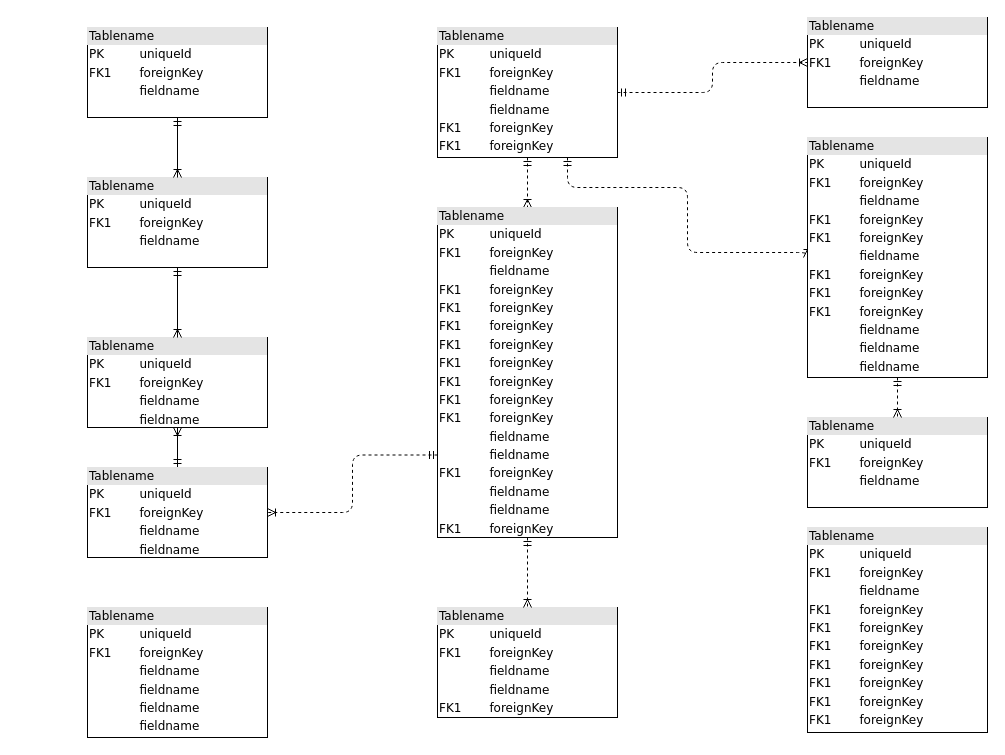
Above: page "Page-1" (1 of 4) of conceptual_model_2.drawio in mewancegeka/OTT (draw.io), before the change. Source tidied: cells renumbered, new cells numbered last; positions are measured from the earlier drawing's top-left corner, leaving out a move shared by most shapes. Both pictures are drawn from the tidied source at 100%, with x=0, y=0 at pixel (87, 17).
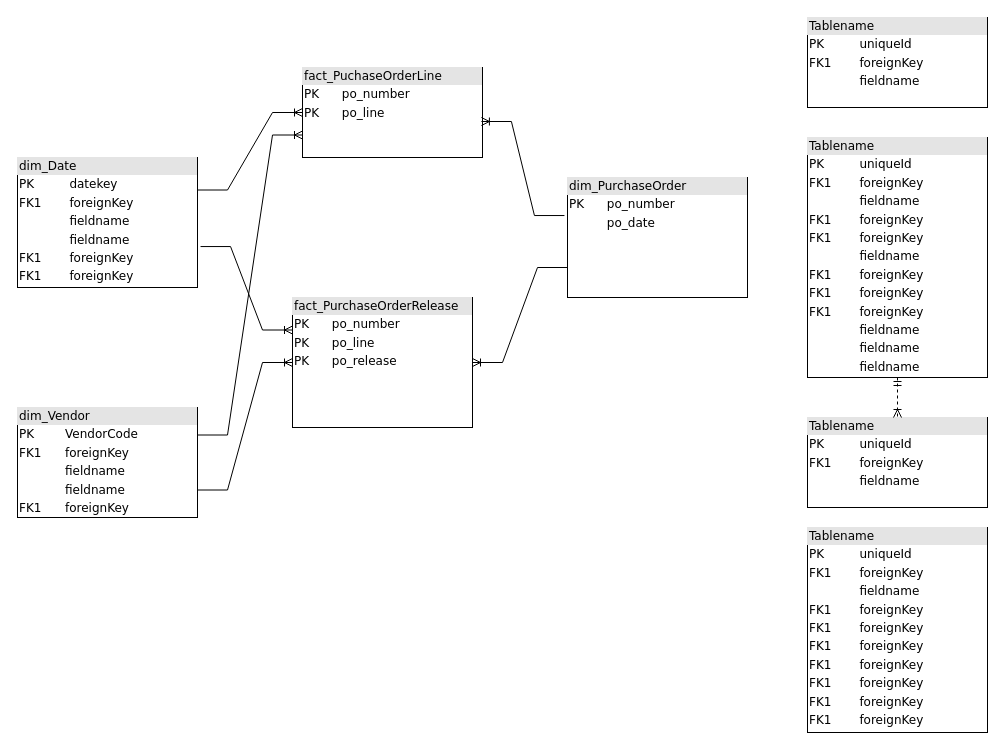
After the change.

Unchanged cells that the change refers to:
```xml
<mxCell id="19" value="&lt;div style=&quot;box-sizing: border-box ; width: 100% ; background: #e4e4e4 ; padding: 2px&quot;&gt;Tablename&lt;/div&gt;&lt;table style=&quot;width: 100% ; font-size: 1em&quot; cellpadding=&quot;2&quot; cellspacing=&quot;0&quot;&gt;&lt;tbody&gt;&lt;tr&gt;&lt;td&gt;PK&lt;/td&gt;&lt;td&gt;uniqueId&lt;/td&gt;&lt;/tr&gt;&lt;tr&gt;&lt;td&gt;FK1&lt;/td&gt;&lt;td&gt;foreignKey&lt;/td&gt;&lt;/tr&gt;&lt;tr&gt;&lt;td&gt;&lt;/td&gt;&lt;td&gt;fieldname&lt;/td&gt;&lt;/tr&gt;&lt;tr&gt;&lt;td&gt;FK1&lt;br&gt;&lt;/td&gt;&lt;td&gt;foreignKey&lt;br&gt;&lt;/td&gt;&lt;/tr&gt;&lt;tr&gt;&lt;td&gt;FK1&lt;br&gt;&lt;/td&gt;&lt;td&gt;foreignKey&lt;br&gt;&lt;/td&gt;&lt;/tr&gt;&lt;tr&gt;&lt;td&gt;&lt;br&gt;&lt;/td&gt;&lt;td&gt;fieldname&lt;br&gt;&lt;/td&gt;&lt;/tr&gt;&lt;tr&gt;&lt;td&gt;FK1&lt;br&gt;&lt;/td&gt;&lt;td&gt;foreignKey&lt;br&gt;&lt;/td&gt;&lt;/tr&gt;&lt;tr&gt;&lt;td&gt;FK1&lt;br&gt;&lt;/td&gt;&lt;td&gt;foreignKey&lt;br&gt;&lt;/td&gt;&lt;/tr&gt;&lt;tr&gt;&lt;td&gt;FK1&lt;br&gt;&lt;/td&gt;&lt;td&gt;foreignKey&lt;br&gt;&lt;/td&gt;&lt;/tr&gt;&lt;tr&gt;&lt;td&gt;&lt;br&gt;&lt;/td&gt;&lt;td&gt;fieldname&lt;br&gt;&lt;/td&gt;&lt;/tr&gt;&lt;tr&gt;&lt;td&gt;&lt;br&gt;&lt;/td&gt;&lt;td&gt;fieldname&lt;br&gt;&lt;/td&gt;&lt;/tr&gt;&lt;tr&gt;&lt;td&gt;&lt;br&gt;&lt;/td&gt;&lt;td&gt;fieldname&lt;br&gt;&lt;/td&gt;&lt;/tr&gt;&lt;/tbody&gt;&lt;/table&gt;" style="verticalAlign=top;align=left;overflow=fill;html=1;rounded=0;shadow=0;comic=0;labelBackgroundColor=none;strokeWidth=1;fontFamily=Verdana;fontSize=12;" parent="1" vertex="1">
  <mxGeometry x="720" y="120" width="180" height="240" as="geometry" />
</mxCell>
<mxCell id="20" value="&lt;div style=&quot;box-sizing:border-box;width:100%;background:#e4e4e4;padding:2px;&quot;&gt;Tablename&lt;/div&gt;&lt;table style=&quot;width:100%;font-size:1em;&quot; cellpadding=&quot;2&quot; cellspacing=&quot;0&quot;&gt;&lt;tr&gt;&lt;td&gt;PK&lt;/td&gt;&lt;td&gt;uniqueId&lt;/td&gt;&lt;/tr&gt;&lt;tr&gt;&lt;td&gt;FK1&lt;/td&gt;&lt;td&gt;foreignKey&lt;/td&gt;&lt;/tr&gt;&lt;tr&gt;&lt;td&gt;&lt;/td&gt;&lt;td&gt;fieldname&lt;/td&gt;&lt;/tr&gt;&lt;/table&gt;" style="verticalAlign=top;align=left;overflow=fill;html=1;rounded=0;shadow=0;comic=0;labelBackgroundColor=none;strokeWidth=1;fontFamily=Verdana;fontSize=12;" parent="1" vertex="1">
  <mxGeometry x="720" width="180" height="90" as="geometry" />
</mxCell>
```

Diff of the diagram source:
```diff
@@
-    <mxCell id="2" value="&lt;div style=&quot;box-sizing:border-box;width:100%;background:#e4e4e4;padding:2px;&quot;&gt;Tablename&lt;/div&gt;&lt;table style=&quot;width:100%;font-size:1em;&quot; cellpadding=&quot;2&quot; cellspacing=&quot;0&quot;&gt;&lt;tr&gt;&lt;td&gt;PK&lt;/td&gt;&lt;td&gt;uniqueId&lt;/td&gt;&lt;/tr&gt;&lt;tr&gt;&lt;td&gt;FK1&lt;/td&gt;&lt;td&gt;foreignKey&lt;/td&gt;&lt;/tr&gt;&lt;tr&gt;&lt;td&gt;&lt;/td&gt;&lt;td&gt;fieldname&lt;/td&gt;&lt;/tr&gt;&lt;/table&gt;" style="verticalAlign=top;align=left;overflow=fill;html=1;rounded=0;shadow=0;comic=0;labelBackgroundColor=none;strokeWidth=1;fontFamily=Verdana;fontSize=12;" parent="1" vertex="1">
-      <mxGeometry y="10" width="180" height="90" as="geometry" />
-    </mxCell>
-    <mxCell id="3" style="edgeStyle=orthogonalEdgeStyle;html=1;entryX=0.5;entryY=0;dashed=1;labelBackgroundColor=none;startArrow=ERmandOne;endArrow=ERoneToMany;fontFamily=Verdana;fontSize=12;align=left;" parent="1" edge="1" source="6" target="16">
-      <mxGeometry relative="1" as="geometry" />
-    </mxCell>
-    <mxCell id="4" style="edgeStyle=orthogonalEdgeStyle;html=1;dashed=1;labelBackgroundColor=none;startArrow=ERmandOne;endArrow=ERoneToMany;fontFamily=Verdana;fontSize=12;align=left;entryX=0;entryY=0.5;" parent="1" edge="1" source="6" target="19">
-      <mxGeometry relative="1" as="geometry">
-        <Array as="points">
-          <mxPoint x="480" y="170" />
-          <mxPoint x="600" y="170" />
-          <mxPoint x="600" y="235" />
-        </Array>
-      </mxGeometry>
-    </mxCell>
-    <mxCell id="5" style="edgeStyle=orthogonalEdgeStyle;html=1;dashed=1;labelBackgroundColor=none;startArrow=ERmandOne;endArrow=ERoneToMany;fontFamily=Verdana;fontSize=12;align=left;" parent="1" edge="1" source="6" target="20">
-      <mxGeometry relative="1" as="geometry" />
-    </mxCell>
-    <mxCell id="6" value="&lt;div style=&quot;box-sizing: border-box ; width: 100% ; background: #e4e4e4 ; padding: 2px&quot;&gt;Tablename&lt;/div&gt;&lt;table style=&quot;width: 100% ; font-size: 1em&quot; cellpadding=&quot;2&quot; cellspacing=&quot;0&quot;&gt;&lt;tbody&gt;&lt;tr&gt;&lt;td&gt;PK&lt;/td&gt;&lt;td&gt;uniqueId&lt;/td&gt;&lt;/tr&gt;&lt;tr&gt;&lt;td&gt;FK1&lt;/td&gt;&lt;td&gt;foreignKey&lt;/td&gt;&lt;/tr&gt;&lt;tr&gt;&lt;td&gt;&lt;/td&gt;&lt;td&gt;fieldname&lt;/td&gt;&lt;/tr&gt;&lt;tr&gt;&lt;td&gt;&lt;br&gt;&lt;/td&gt;&lt;td&gt;fieldname&lt;br&gt;&lt;/td&gt;&lt;/tr&gt;&lt;tr&gt;&lt;td&gt;FK1&lt;br&gt;&lt;/td&gt;&lt;td&gt;foreignKey&lt;br&gt;&lt;/td&gt;&lt;/tr&gt;&lt;tr&gt;&lt;td&gt;FK1&lt;br&gt;&lt;/td&gt;&lt;td&gt;foreignKey&lt;br&gt;&lt;/td&gt;&lt;/tr&gt;&lt;/tbody&gt;&lt;/table&gt;" style="verticalAlign=top;align=left;overflow=fill;html=1;rounded=0;shadow=0;comic=0;labelBackgroundColor=none;strokeWidth=1;fontFamily=Verdana;fontSize=12;" parent="1" vertex="1">
-      <mxGeometry x="350" y="10" width="180" height="130" as="geometry" />
+    <mxCell id="6" value="&lt;div style=&quot;box-sizing: border-box ; width: 100% ; background: #e4e4e4 ; padding: 2px&quot;&gt;dim_Date&lt;/div&gt;&lt;table style=&quot;width: 100% ; font-size: 1em&quot; cellpadding=&quot;2&quot; cellspacing=&quot;0&quot;&gt;&lt;tbody&gt;&lt;tr&gt;&lt;td&gt;PK&lt;/td&gt;&lt;td&gt;datekey&lt;/td&gt;&lt;/tr&gt;&lt;tr&gt;&lt;td&gt;FK1&lt;/td&gt;&lt;td&gt;foreignKey&lt;/td&gt;&lt;/tr&gt;&lt;tr&gt;&lt;td&gt;&lt;/td&gt;&lt;td&gt;fieldname&lt;/td&gt;&lt;/tr&gt;&lt;tr&gt;&lt;td&gt;&lt;br&gt;&lt;/td&gt;&lt;td&gt;fieldname&lt;br&gt;&lt;/td&gt;&lt;/tr&gt;&lt;tr&gt;&lt;td&gt;FK1&lt;br&gt;&lt;/td&gt;&lt;td&gt;foreignKey&lt;br&gt;&lt;/td&gt;&lt;/tr&gt;&lt;tr&gt;&lt;td&gt;FK1&lt;br&gt;&lt;/td&gt;&lt;td&gt;foreignKey&lt;br&gt;&lt;/td&gt;&lt;/tr&gt;&lt;/tbody&gt;&lt;/table&gt;" style="verticalAlign=top;align=left;overflow=fill;html=1;rounded=0;shadow=0;comic=0;labelBackgroundColor=none;strokeWidth=1;fontFamily=Verdana;fontSize=12;" parent="1" vertex="1">
+      <mxGeometry x="-70" y="140" width="180" height="130" as="geometry" />
     </mxCell>
-    <mxCell id="7" style="edgeStyle=orthogonalEdgeStyle;html=1;labelBackgroundColor=none;startArrow=ERmandOne;endArrow=ERoneToMany;fontFamily=Verdana;fontSize=12;align=left;" parent="1" edge="1" source="9" target="10">
-      <mxGeometry relative="1" as="geometry" />
-    </mxCell>
-    <mxCell id="8" style="edgeStyle=orthogonalEdgeStyle;html=1;exitX=0;exitY=0.75;entryX=1;entryY=0.5;dashed=1;labelBackgroundColor=none;startArrow=ERmandOne;endArrow=ERoneToMany;fontFamily=Verdana;fontSize=12;align=left;" parent="1" edge="1" source="16" target="9">
-      <mxGeometry relative="1" as="geometry" />
-    </mxCell>
-    <mxCell id="9" value="&lt;div style=&quot;box-sizing: border-box ; width: 100% ; background: #e4e4e4 ; padding: 2px&quot;&gt;Tablename&lt;/div&gt;&lt;table style=&quot;width: 100% ; font-size: 1em&quot; cellpadding=&quot;2&quot; cellspacing=&quot;0&quot;&gt;&lt;tbody&gt;&lt;tr&gt;&lt;td&gt;PK&lt;/td&gt;&lt;td&gt;uniqueId&lt;/td&gt;&lt;/tr&gt;&lt;tr&gt;&lt;td&gt;FK1&lt;/td&gt;&lt;td&gt;foreignKey&lt;/td&gt;&lt;/tr&gt;&lt;tr&gt;&lt;td&gt;&lt;/td&gt;&lt;td&gt;fieldname&lt;/td&gt;&lt;/tr&gt;&lt;tr&gt;&lt;td&gt;&lt;br&gt;&lt;/td&gt;&lt;td&gt;fieldname&lt;br&gt;&lt;/td&gt;&lt;/tr&gt;&lt;/tbody&gt;&lt;/table&gt;" style="verticalAlign=top;align=left;overflow=fill;html=1;rounded=0;shadow=0;comic=0;labelBackgroundColor=none;strokeWidth=1;fontFamily=Verdana;fontSize=12;" parent="1" vertex="1">
-      <mxGeometry y="450" width="180" height="90" as="geometry" />
+    <mxCell id="9" value="&lt;div style=&quot;box-sizing: border-box ; width: 100% ; background: #e4e4e4 ; padding: 2px&quot;&gt;fact_PuchaseOrderLine&lt;/div&gt;&lt;table style=&quot;width: 100% ; font-size: 1em&quot; cellpadding=&quot;2&quot; cellspacing=&quot;0&quot;&gt;&lt;tbody&gt;&lt;tr&gt;&lt;td&gt;PK&lt;/td&gt;&lt;td&gt;po_number&lt;/td&gt;&lt;/tr&gt;&lt;tr&gt;&lt;td&gt;PK&lt;/td&gt;&lt;td&gt;po_line&lt;/td&gt;&lt;/tr&gt;&lt;tr&gt;&lt;td&gt;&lt;/td&gt;&lt;td&gt;&lt;/td&gt;&lt;/tr&gt;&lt;/tbody&gt;&lt;/table&gt;" style="verticalAlign=top;align=left;overflow=fill;html=1;rounded=0;shadow=0;comic=0;labelBackgroundColor=none;strokeWidth=1;fontFamily=Verdana;fontSize=12;" parent="1" vertex="1">
+      <mxGeometry x="215" y="50" width="180" height="90" as="geometry" />
     </mxCell>
-    <mxCell id="10" value="&lt;div style=&quot;box-sizing: border-box ; width: 100% ; background: #e4e4e4 ; padding: 2px&quot;&gt;Tablename&lt;/div&gt;&lt;table style=&quot;width: 100% ; font-size: 1em&quot; cellpadding=&quot;2&quot; cellspacing=&quot;0&quot;&gt;&lt;tbody&gt;&lt;tr&gt;&lt;td&gt;PK&lt;/td&gt;&lt;td&gt;uniqueId&lt;/td&gt;&lt;/tr&gt;&lt;tr&gt;&lt;td&gt;FK1&lt;/td&gt;&lt;td&gt;foreignKey&lt;/td&gt;&lt;/tr&gt;&lt;tr&gt;&lt;td&gt;&lt;/td&gt;&lt;td&gt;fieldname&lt;/td&gt;&lt;/tr&gt;&lt;tr&gt;&lt;td&gt;&lt;br&gt;&lt;/td&gt;&lt;td&gt;fieldname&lt;br&gt;&lt;/td&gt;&lt;/tr&gt;&lt;/tbody&gt;&lt;/table&gt;" style="verticalAlign=top;align=left;overflow=fill;html=1;rounded=0;shadow=0;comic=0;labelBackgroundColor=none;strokeWidth=1;fontFamily=Verdana;fontSize=12;" parent="1" vertex="1">
-      <mxGeometry y="320" width="180" height="90" as="geometry" />
-    </mxCell>
-    <mxCell id="11" style="edgeStyle=orthogonalEdgeStyle;html=1;entryX=0.5;entryY=0;labelBackgroundColor=none;startArrow=ERmandOne;endArrow=ERoneToMany;fontFamily=Verdana;fontSize=12;align=left;" parent="1" edge="1" source="12" target="10">
-      <mxGeometry relative="1" as="geometry" />
-    </mxCell>
-    <mxCell id="12" value="&lt;div style=&quot;box-sizing:border-box;width:100%;background:#e4e4e4;padding:2px;&quot;&gt;Tablename&lt;/div&gt;&lt;table style=&quot;width:100%;font-size:1em;&quot; cellpadding=&quot;2&quot; cellspacing=&quot;0&quot;&gt;&lt;tr&gt;&lt;td&gt;PK&lt;/td&gt;&lt;td&gt;uniqueId&lt;/td&gt;&lt;/tr&gt;&lt;tr&gt;&lt;td&gt;FK1&lt;/td&gt;&lt;td&gt;foreignKey&lt;/td&gt;&lt;/tr&gt;&lt;tr&gt;&lt;td&gt;&lt;/td&gt;&lt;td&gt;fieldname&lt;/td&gt;&lt;/tr&gt;&lt;/table&gt;" style="verticalAlign=top;align=left;overflow=fill;html=1;rounded=0;shadow=0;comic=0;labelBackgroundColor=none;strokeWidth=1;fontFamily=Verdana;fontSize=12;" parent="1" vertex="1">
-      <mxGeometry y="160" width="180" height="90" as="geometry" />
-    </mxCell>
@@
-    <mxCell id="14" value="&lt;div style=&quot;box-sizing: border-box ; width: 100% ; background: #e4e4e4 ; padding: 2px&quot;&gt;Tablename&lt;/div&gt;&lt;table style=&quot;width: 100% ; font-size: 1em&quot; cellpadding=&quot;2&quot; cellspacing=&quot;0&quot;&gt;&lt;tbody&gt;&lt;tr&gt;&lt;td&gt;PK&lt;/td&gt;&lt;td&gt;uniqueId&lt;/td&gt;&lt;/tr&gt;&lt;tr&gt;&lt;td&gt;FK1&lt;/td&gt;&lt;td&gt;foreignKey&lt;/td&gt;&lt;/tr&gt;&lt;tr&gt;&lt;td&gt;&lt;/td&gt;&lt;td&gt;fieldname&lt;/td&gt;&lt;/tr&gt;&lt;tr&gt;&lt;td&gt;&lt;br&gt;&lt;/td&gt;&lt;td&gt;fieldname&lt;br&gt;&lt;/td&gt;&lt;/tr&gt;&lt;tr&gt;&lt;td&gt;FK1&lt;br&gt;&lt;/td&gt;&lt;td&gt;foreignKey&lt;br&gt;&lt;/td&gt;&lt;/tr&gt;&lt;/tbody&gt;&lt;/table&gt;" style="verticalAlign=top;align=left;overflow=fill;html=1;rounded=0;shadow=0;comic=0;labelBackgroundColor=none;strokeWidth=1;fontFamily=Verdana;fontSize=12;" parent="1" vertex="1">
-      <mxGeometry x="350" y="590" width="180" height="110" as="geometry" />
+    <mxCell id="14" value="&lt;div style=&quot;box-sizing: border-box ; width: 100% ; background: #e4e4e4 ; padding: 2px&quot;&gt;dim_Vendor&lt;/div&gt;&lt;table style=&quot;width: 100% ; font-size: 1em&quot; cellpadding=&quot;2&quot; cellspacing=&quot;0&quot;&gt;&lt;tbody&gt;&lt;tr&gt;&lt;td&gt;PK&lt;/td&gt;&lt;td&gt;VendorCode&lt;/td&gt;&lt;/tr&gt;&lt;tr&gt;&lt;td&gt;FK1&lt;/td&gt;&lt;td&gt;foreignKey&lt;/td&gt;&lt;/tr&gt;&lt;tr&gt;&lt;td&gt;&lt;/td&gt;&lt;td&gt;fieldname&lt;/td&gt;&lt;/tr&gt;&lt;tr&gt;&lt;td&gt;&lt;br&gt;&lt;/td&gt;&lt;td&gt;fieldname&lt;br&gt;&lt;/td&gt;&lt;/tr&gt;&lt;tr&gt;&lt;td&gt;FK1&lt;br&gt;&lt;/td&gt;&lt;td&gt;foreignKey&lt;br&gt;&lt;/td&gt;&lt;/tr&gt;&lt;/tbody&gt;&lt;/table&gt;" style="verticalAlign=top;align=left;overflow=fill;html=1;rounded=0;shadow=0;comic=0;labelBackgroundColor=none;strokeWidth=1;fontFamily=Verdana;fontSize=12;" parent="1" vertex="1">
+      <mxGeometry x="-70" y="390" width="180" height="110" as="geometry" />
     </mxCell>
-    <mxCell id="15" style="edgeStyle=orthogonalEdgeStyle;html=1;entryX=0.5;entryY=0;labelBackgroundColor=none;startArrow=ERmandOne;endArrow=ERoneToMany;fontFamily=Verdana;fontSize=12;align=left;dashed=1;" parent="1" edge="1" source="16" target="14">
-      <mxGeometry relative="1" as="geometry" />
-    </mxCell>
-    <mxCell id="16" value="&lt;div style=&quot;box-sizing: border-box ; width: 100% ; background: #e4e4e4 ; padding: 2px&quot;&gt;Tablename&lt;/div&gt;&lt;table style=&quot;width: 100% ; font-size: 1em&quot; cellpadding=&quot;2&quot; cellspacing=&quot;0&quot;&gt;&lt;tbody&gt;&lt;tr&gt;&lt;td&gt;PK&lt;/td&gt;&lt;td&gt;uniqueId&lt;/td&gt;&lt;/tr&gt;&lt;tr&gt;&lt;td&gt;FK1&lt;/td&gt;&lt;td&gt;foreignKey&lt;/td&gt;&lt;/tr&gt;&lt;tr&gt;&lt;td&gt;&lt;/td&gt;&lt;td&gt;fieldname&lt;/td&gt;&lt;/tr&gt;&lt;tr&gt;&lt;td&gt;FK1&lt;br&gt;&lt;/td&gt;&lt;td&gt;foreignKey&lt;br&gt;&lt;/td&gt;&lt;/tr&gt;&lt;tr&gt;&lt;td&gt;FK1&lt;br&gt;&lt;/td&gt;&lt;td&gt;foreignKey&lt;br&gt;&lt;/td&gt;&lt;/tr&gt;&lt;tr&gt;&lt;td&gt;FK1&lt;br&gt;&lt;/td&gt;&lt;td&gt;foreignKey&lt;br&gt;&lt;/td&gt;&lt;/tr&gt;&lt;tr&gt;&lt;td&gt;FK1&lt;br&gt;&lt;/td&gt;&lt;td&gt;foreignKey&lt;br&gt;&lt;/td&gt;&lt;/tr&gt;&lt;tr&gt;&lt;td&gt;FK1&lt;br&gt;&lt;/td&gt;&lt;td&gt;foreignKey&lt;br&gt;&lt;/td&gt;&lt;/tr&gt;&lt;tr&gt;&lt;td&gt;FK1&lt;br&gt;&lt;/td&gt;&lt;td&gt;foreignKey&lt;br&gt;&lt;/td&gt;&lt;/tr&gt;&lt;tr&gt;&lt;td&gt;FK1&lt;br&gt;&lt;/td&gt;&lt;td&gt;foreignKey&lt;br&gt;&lt;/td&gt;&lt;/tr&gt;&lt;tr&gt;&lt;td&gt;FK1&lt;br&gt;&lt;/td&gt;&lt;td&gt;foreignKey&lt;br&gt;&lt;/td&gt;&lt;/tr&gt;&lt;tr&gt;&lt;td&gt;&lt;br&gt;&lt;/td&gt;&lt;td&gt;fieldname&lt;br&gt;&lt;/td&gt;&lt;/tr&gt;&lt;tr&gt;&lt;td&gt;&lt;br&gt;&lt;/td&gt;&lt;td&gt;fieldname&lt;br&gt;&lt;/td&gt;&lt;/tr&gt;&lt;tr&gt;&lt;td&gt;FK1&lt;br&gt;&lt;/td&gt;&lt;td&gt;foreignKey&lt;br&gt;&lt;/td&gt;&lt;/tr&gt;&lt;tr&gt;&lt;td&gt;&lt;br&gt;&lt;/td&gt;&lt;td&gt;fieldname&lt;br&gt;&lt;/td&gt;&lt;/tr&gt;&lt;tr&gt;&lt;td&gt;&lt;br&gt;&lt;/td&gt;&lt;td&gt;fieldname&lt;br&gt;&lt;/td&gt;&lt;/tr&gt;&lt;tr&gt;&lt;td&gt;FK1&lt;br&gt;&lt;/td&gt;&lt;td&gt;foreignKey&lt;br&gt;&lt;/td&gt;&lt;/tr&gt;&lt;/tbody&gt;&lt;/table&gt;" style="verticalAlign=top;align=left;overflow=fill;html=1;rounded=0;shadow=0;comic=0;labelBackgroundColor=none;strokeWidth=1;fontFamily=Verdana;fontSize=12;" parent="1" vertex="1">
-      <mxGeometry x="350" y="190" width="180" height="330" as="geometry" />
+    <mxCell id="16" value="&lt;div style=&quot;box-sizing: border-box ; width: 100% ; background: #e4e4e4 ; padding: 2px&quot;&gt;dim_PurchaseOrder&lt;/div&gt;&lt;table style=&quot;width: 100% ; font-size: 1em&quot; cellpadding=&quot;2&quot; cellspacing=&quot;0&quot;&gt;&lt;tbody&gt;&lt;tr&gt;&lt;td&gt;PK&lt;/td&gt;&lt;td&gt;po_number&lt;/td&gt;&lt;/tr&gt;&lt;tr&gt;&lt;td&gt;&lt;br&gt;&lt;/td&gt;&lt;td&gt;po_date&lt;/td&gt;&lt;/tr&gt;&lt;tr&gt;&lt;td&gt;&lt;br&gt;&lt;/td&gt;&lt;td&gt;&lt;/td&gt;&lt;/tr&gt;&lt;/tbody&gt;&lt;/table&gt;" style="verticalAlign=top;align=left;overflow=fill;html=1;rounded=0;shadow=0;comic=0;labelBackgroundColor=none;strokeWidth=1;fontFamily=Verdana;fontSize=12;" parent="1" vertex="1">
+      <mxGeometry x="480" y="160" width="180" height="120" as="geometry" />
     </mxCell>
@@
-    <mxCell id="21" value="&lt;div style=&quot;box-sizing: border-box ; width: 100% ; background: #e4e4e4 ; padding: 2px&quot;&gt;Tablename&lt;/div&gt;&lt;table style=&quot;width: 100% ; font-size: 1em&quot; cellpadding=&quot;2&quot; cellspacing=&quot;0&quot;&gt;&lt;tbody&gt;&lt;tr&gt;&lt;td&gt;PK&lt;/td&gt;&lt;td&gt;uniqueId&lt;/td&gt;&lt;/tr&gt;&lt;tr&gt;&lt;td&gt;FK1&lt;/td&gt;&lt;td&gt;foreignKey&lt;/td&gt;&lt;/tr&gt;&lt;tr&gt;&lt;td&gt;&lt;/td&gt;&lt;td&gt;fieldname&lt;/td&gt;&lt;/tr&gt;&lt;tr&gt;&lt;td&gt;&lt;br&gt;&lt;/td&gt;&lt;td&gt;fieldname&lt;br&gt;&lt;/td&gt;&lt;/tr&gt;&lt;tr&gt;&lt;td&gt;&lt;br&gt;&lt;/td&gt;&lt;td&gt;fieldname&lt;br&gt;&lt;/td&gt;&lt;/tr&gt;&lt;tr&gt;&lt;td&gt;&lt;br&gt;&lt;/td&gt;&lt;td&gt;fieldname&lt;br&gt;&lt;/td&gt;&lt;/tr&gt;&lt;/tbody&gt;&lt;/table&gt;" style="verticalAlign=top;align=left;overflow=fill;html=1;rounded=0;shadow=0;comic=0;labelBackgroundColor=none;strokeWidth=1;fontFamily=Verdana;fontSize=12;" parent="1" vertex="1">
-      <mxGeometry y="590" width="180" height="130" as="geometry" />
+    <mxCell id="21" value="&lt;div style=&quot;box-sizing: border-box ; width: 100% ; background: #e4e4e4 ; padding: 2px&quot;&gt;fact_PurchaseOrderRelease&lt;/div&gt;&lt;table style=&quot;width: 100% ; font-size: 1em&quot; cellpadding=&quot;2&quot; cellspacing=&quot;0&quot;&gt;&lt;tbody&gt;&lt;tr&gt;&lt;td&gt;PK&lt;/td&gt;&lt;td&gt;po_number&lt;/td&gt;&lt;/tr&gt;&lt;tr&gt;&lt;td&gt;PK&lt;/td&gt;&lt;td&gt;po_line&lt;/td&gt;&lt;/tr&gt;&lt;tr&gt;&lt;td&gt;PK&lt;/td&gt;&lt;td&gt;po_release&lt;/td&gt;&lt;/tr&gt;&lt;tr&gt;&lt;td&gt;&lt;br&gt;&lt;/td&gt;&lt;td&gt;&lt;/td&gt;&lt;/tr&gt;&lt;/tbody&gt;&lt;/table&gt;" style="verticalAlign=top;align=left;overflow=fill;html=1;rounded=0;shadow=0;comic=0;labelBackgroundColor=none;strokeWidth=1;fontFamily=Verdana;fontSize=12;" parent="1" vertex="1">
+      <mxGeometry x="205" y="280" width="180" height="130" as="geometry" />
     </mxCell>
-    <mxCell id="22" style="edgeStyle=orthogonalEdgeStyle;html=1;endArrow=ERoneToMany;startArrow=ERmandOne;labelBackgroundColor=none;fontFamily=Verdana;fontSize=12;align=left;exitX=0.5;exitY=1;entryX=0.5;entryY=0;" parent="1" edge="1" source="2" target="12">
-      <mxGeometry relative="1" as="geometry" />
-    </mxCell>
+    <mxCell id="8" style="edgeStyle=entityRelationEdgeStyle;fontSize=12;html=1;endArrow=ERoneToMany;rounded=0;exitX=-0.017;exitY=0.317;exitDx=0;exitDy=0;exitPerimeter=0;entryX=0.994;entryY=0.6;entryDx=0;entryDy=0;entryPerimeter=0;" parent="1" edge="1" source="16" target="9">
+      <mxGeometry relative="1" as="geometry" />
+    </mxCell>
+    <mxCell id="23" style="edgeStyle=entityRelationEdgeStyle;fontSize=12;html=1;endArrow=ERoneToMany;rounded=0;exitX=0;exitY=0.75;exitDx=0;exitDy=0;entryX=1;entryY=0.5;entryDx=0;entryDy=0;" parent="1" edge="1" source="16" target="21">
+      <mxGeometry relative="1" as="geometry" />
+    </mxCell>
+    <mxCell id="24" style="edgeStyle=entityRelationEdgeStyle;fontSize=12;html=1;endArrow=ERoneToMany;rounded=0;exitX=1;exitY=0.25;exitDx=0;exitDy=0;entryX=0;entryY=0.5;entryDx=0;entryDy=0;" parent="1" edge="1" source="6" target="9">
+      <mxGeometry relative="1" as="geometry" />
+    </mxCell>
+    <mxCell id="25" style="edgeStyle=entityRelationEdgeStyle;fontSize=12;html=1;endArrow=ERoneToMany;rounded=0;exitX=1.017;exitY=0.685;exitDx=0;exitDy=0;exitPerimeter=0;entryX=0;entryY=0.25;entryDx=0;entryDy=0;" parent="1" edge="1" source="6" target="21">
+      <mxGeometry relative="1" as="geometry" />
+    </mxCell>
+    <mxCell id="26" style="edgeStyle=entityRelationEdgeStyle;fontSize=12;html=1;endArrow=ERoneToMany;rounded=0;exitX=1;exitY=0.75;exitDx=0;exitDy=0;entryX=0;entryY=0.5;entryDx=0;entryDy=0;" parent="1" edge="1" source="14" target="21">
+      <mxGeometry relative="1" as="geometry" />
+    </mxCell>
+    <mxCell id="27" style="edgeStyle=entityRelationEdgeStyle;fontSize=12;html=1;endArrow=ERoneToMany;rounded=0;exitX=1;exitY=0.25;exitDx=0;exitDy=0;entryX=0;entryY=0.75;entryDx=0;entryDy=0;" parent="1" edge="1" source="14" target="9">
+      <mxGeometry relative="1" as="geometry" />
+    </mxCell>
```
